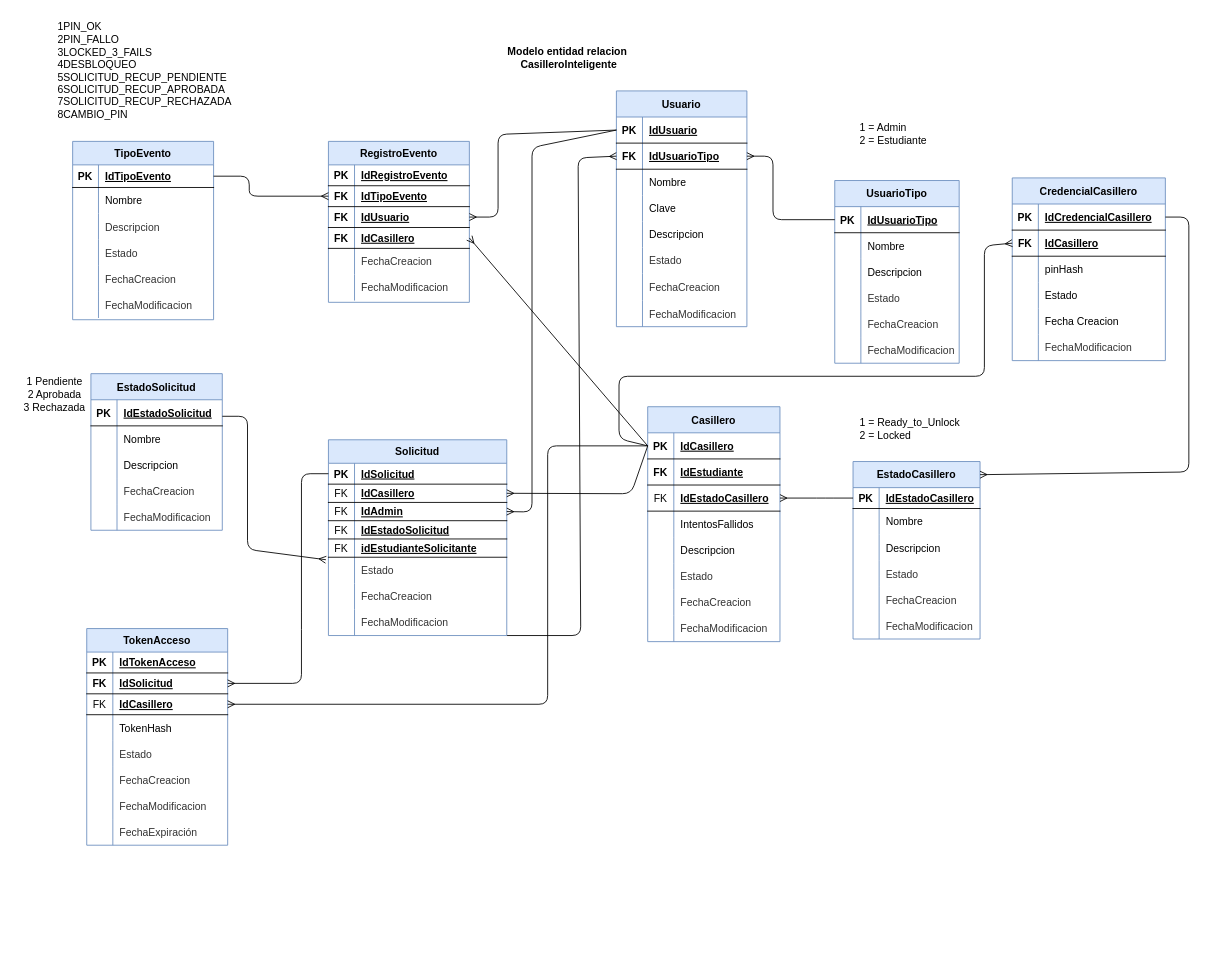
Earlier version of the draw.io diagram Design/03_MER.dio (Anthonio16/casilleroInteligente). Source tidied: cells renumbered, new cells numbered last; positions are measured from the earlier drawing's top-left corner, leaving out a move shared by most shapes. Both pictures are drawn from the tidied source at 87%, with x=0, y=0 at pixel (15, 15).
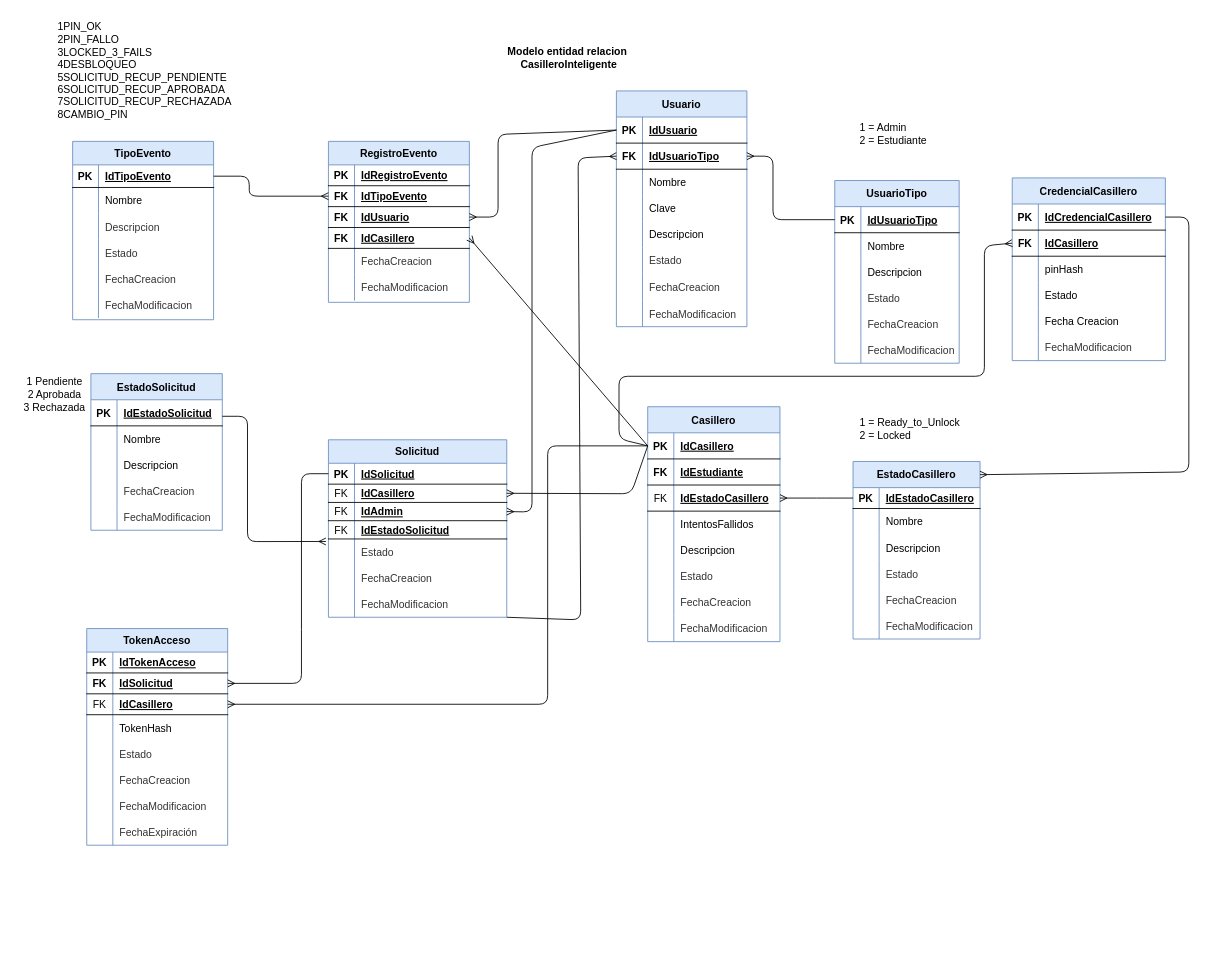
Above is the later version.

The change refers to these unchanged cells:
```xml
<mxCell id="46" style="shape=tableRow;horizontal=0;startSize=0;swimlaneHead=0;swimlaneBody=0;fillColor=none;points=[[0,0.5],[1,0.5]];portConstraint=eastwest;top=0;left=0;right=0;bottom=1;" parent="42" vertex="1">
  <mxGeometry y="60" width="150" height="30" as="geometry" />
</mxCell>
```

What changed in the source:
```diff
@@
     <mxCell id="129" style="edgeStyle=none;html=1;entryX=0;entryY=0.5;entryDx=0;entryDy=0;endArrow=ERmany;endFill=0;exitX=1;exitY=1;exitDx=0;exitDy=0;" parent="1" edge="1" source="130" target="46">
       <mxGeometry relative="1" as="geometry">
         <Array as="points">
-          <mxPoint x="650" y="713" />
+          <mxPoint x="650" y="695" />
           <mxPoint x="647" y="164" />
         </Array>
       </mxGeometry>
     </mxCell>
     <mxCell id="130" value="Solicitud" style="shape=table;startSize=27;childLayout=tableLayout;rowLines=0;fontStyle=1;align=center;fillColor=#dae8fc;strokeColor=#6c8ebf;" parent="1" vertex="1">
-      <mxGeometry x="360" y="488" width="205" height="225" as="geometry" />
+      <mxGeometry x="360" y="488" width="205" height="204" as="geometry" />
     </mxCell>
@@
-    <mxCell id="143" style="shape=tableRow;horizontal=0;startSize=0;swimlaneHead=0;swimlaneBody=0;fillColor=none;top=0;left=0;right=0;bottom=1;" parent="130" vertex="1">
-      <mxGeometry y="114" width="205" height="21" as="geometry" />
-    </mxCell>
-    <mxCell id="144" value="FK" style="shape=partialRectangle;fillColor=none;top=0;left=0;bottom=0;right=0;fontStyle=0;overflow=hidden;" parent="143" vertex="1">
-      <mxGeometry width="30" height="21" as="geometry" />
-    </mxCell>
-    <mxCell id="145" value="idEstudianteSolicitante" style="shape=partialRectangle;fillColor=none;top=0;left=0;bottom=0;right=0;align=left;spacingLeft=6;fontStyle=5;overflow=hidden;" parent="143" vertex="1">
-      <mxGeometry x="30" width="175" height="21" as="geometry" />
-    </mxCell>
     <mxCell id="146" style="shape=tableRow;horizontal=0;startSize=0;swimlaneHead=0;swimlaneBody=0;fillColor=none;points=[[0,0.5],[1,0.5]];portConstraint=eastwest;top=0;left=0;right=0;bottom=0;" parent="130" vertex="1">
-      <mxGeometry y="135" width="205" height="30" as="geometry" />
+      <mxGeometry y="114" width="205" height="30" as="geometry" />
     </mxCell>
@@
     <mxCell id="149" style="shape=tableRow;horizontal=0;startSize=0;swimlaneHead=0;swimlaneBody=0;fillColor=none;top=0;left=0;right=0;bottom=0;" parent="130" vertex="1">
-      <mxGeometry y="165" width="205" height="30" as="geometry" />
+      <mxGeometry y="144" width="205" height="30" as="geometry" />
     </mxCell>
@@
     <mxCell id="152" style="shape=tableRow;horizontal=0;startSize=0;swimlaneHead=0;swimlaneBody=0;fillColor=none;top=0;left=0;right=0;bottom=0;" parent="130" vertex="1">
-      <mxGeometry y="195" width="205" height="30" as="geometry" />
+      <mxGeometry y="174" width="205" height="30" as="geometry" />
     </mxCell>
@@
     <mxCell id="184" style="html=1;endArrow=ERmany;endFill=0;exitX=1;exitY=0.5;exitDx=0;exitDy=0;entryX=-0.014;entryY=0.096;entryDx=0;entryDy=0;entryPerimeter=0;" parent="1" edge="1" target="146">
       <mxGeometry relative="1" as="geometry">
         <mxPoint x="238" y="461" as="sourcePoint" />
         <Array as="points">
           <mxPoint x="267" y="461" />
-          <mxPoint x="267" y="614" />
+          <mxPoint x="267" y="605" />
         </Array>
       </mxGeometry>
     </mxCell>
```
